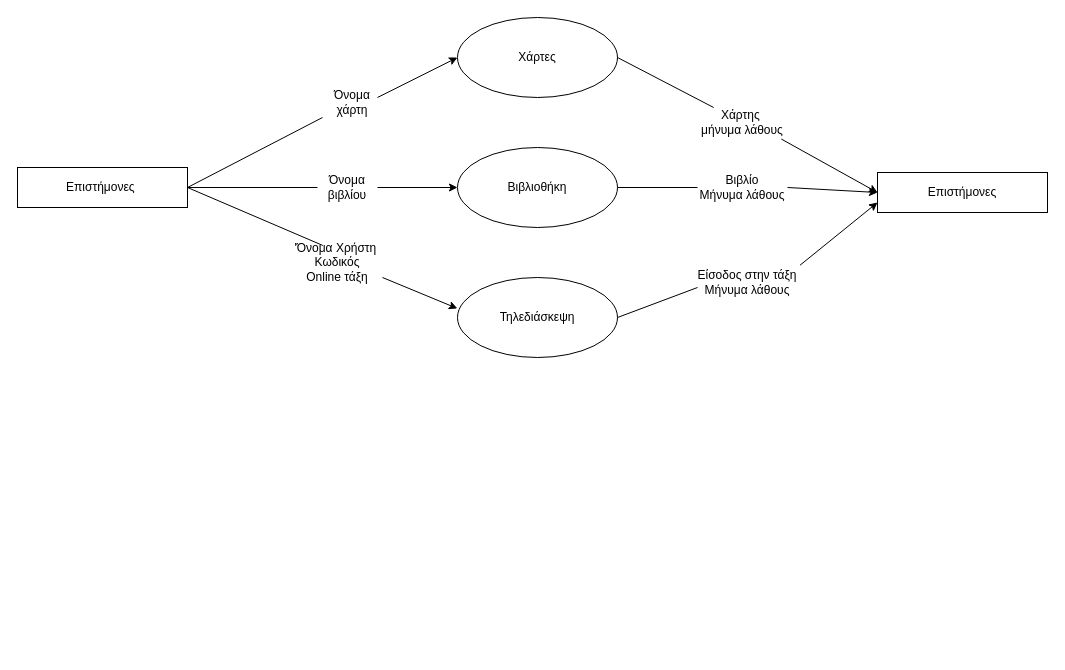
Before: dfd2.drawio in vag4me/Information_system, a draw.io diagram. Source tidied: cells renumbered, new cells numbered last; positions are measured from the earlier drawing's top-left corner, leaving out a move shared by most shapes. Both pictures are drawn from the tidied source at 100%, with x=0, y=0 at pixel (17, 17).
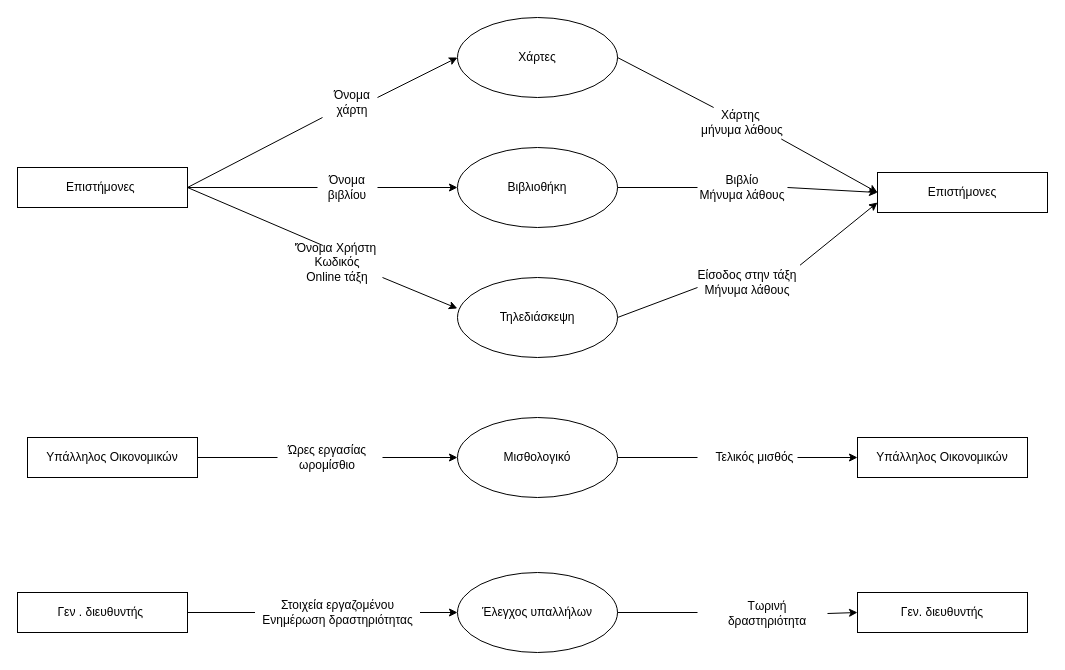
Above is the later version.

Diff of the diagram source:
```diff
@@
+    <mxCell id="25" value="Υπάλληλος Οικονομικών" style="whiteSpace=wrap;html=1;align=center;" parent="1" vertex="1">
+      <mxGeometry x="10" y="420" width="170" height="40" as="geometry" />
+    </mxCell>
+    <mxCell id="26" value="Μισθολογικό" style="ellipse;whiteSpace=wrap;html=1;align=center;" parent="1" vertex="1">
+      <mxGeometry x="440" y="400" width="160" height="80" as="geometry" />
+    </mxCell>
+    <mxCell id="27" style="endArrow=none;html=1;rounded=0;exitX=1;exitY=0.5;exitDx=0;exitDy=0;" parent="1" edge="1" source="25">
+      <mxGeometry relative="1" as="geometry">
+        <mxPoint x="260" y="440" as="targetPoint" />
+      </mxGeometry>
+    </mxCell>
+    <mxCell id="28" value="Ώρες εργασίας&lt;br&gt;ωρομίσθιο" style="text;html=1;strokeColor=none;fillColor=none;align=center;verticalAlign=middle;whiteSpace=wrap;rounded=0;" parent="1" vertex="1">
+      <mxGeometry x="255" y="425" width="110" height="30" as="geometry" />
+    </mxCell>
+    <mxCell id="29" style="endArrow=classic;html=1;rounded=0;exitX=1;exitY=0.5;exitDx=0;exitDy=0;entryX=0;entryY=0.5;entryDx=0;entryDy=0;" parent="1" edge="1" source="28" target="26">
+      <mxGeometry relative="1" as="geometry" />
+    </mxCell>
+    <mxCell id="30" value="Υπάλληλος Οικονομικών" style="whiteSpace=wrap;html=1;align=center;" parent="1" vertex="1">
+      <mxGeometry x="840" y="420" width="170" height="40" as="geometry" />
+    </mxCell>
+    <mxCell id="31" style="endArrow=none;html=1;rounded=0;exitX=1;exitY=0.5;exitDx=0;exitDy=0;" parent="1" edge="1" source="26">
+      <mxGeometry relative="1" as="geometry">
+        <mxPoint x="680" y="440" as="targetPoint" />
+      </mxGeometry>
+    </mxCell>
+    <mxCell id="32" value="Τελικός μισθός" style="text;html=1;strokeColor=none;fillColor=none;align=center;verticalAlign=middle;whiteSpace=wrap;rounded=0;" parent="1" vertex="1">
+      <mxGeometry x="695" y="425" width="85" height="30" as="geometry" />
+    </mxCell>
+    <mxCell id="33" style="endArrow=classic;html=1;rounded=0;entryX=0;entryY=0.5;entryDx=0;entryDy=0;exitX=1;exitY=0.5;exitDx=0;exitDy=0;" parent="1" edge="1" source="32" target="30">
+      <mxGeometry relative="1" as="geometry" />
+    </mxCell>
+    <mxCell id="34" value="Γεν . διευθυντής&amp;nbsp;" style="whiteSpace=wrap;html=1;align=center;" parent="1" vertex="1">
+      <mxGeometry y="575" width="170" height="40" as="geometry" />
+    </mxCell>
+    <mxCell id="35" style="endArrow=none;html=1;rounded=0;exitX=1;exitY=0.5;exitDx=0;exitDy=0;entryX=0;entryY=0.5;entryDx=0;entryDy=0;" parent="1" edge="1" source="34" target="36">
+      <mxGeometry relative="1" as="geometry" />
+    </mxCell>
+    <mxCell id="36" value="Στοιχεία εργαζομένου&lt;br&gt;Ενημέρωση δραστηριότητας" style="text;html=1;strokeColor=none;fillColor=none;align=center;verticalAlign=middle;whiteSpace=wrap;rounded=0;" parent="1" vertex="1">
+      <mxGeometry x="237.5" y="580" width="165" height="30" as="geometry" />
+    </mxCell>
+    <mxCell id="37" value="Έλεγχος υπαλλήλων" style="ellipse;whiteSpace=wrap;html=1;align=center;" parent="1" vertex="1">
+      <mxGeometry x="440" y="555" width="160" height="80" as="geometry" />
+    </mxCell>
+    <mxCell id="38" style="endArrow=classic;html=1;rounded=0;entryX=0;entryY=0.5;entryDx=0;entryDy=0;exitX=1;exitY=0.5;exitDx=0;exitDy=0;" parent="1" edge="1" source="36" target="37">
+      <mxGeometry relative="1" as="geometry" />
+    </mxCell>
+    <mxCell id="39" style="endArrow=none;html=1;rounded=0;exitX=1;exitY=0.5;exitDx=0;exitDy=0;" parent="1" edge="1" source="37">
+      <mxGeometry relative="1" as="geometry">
+        <mxPoint x="680" y="595" as="targetPoint" />
+      </mxGeometry>
+    </mxCell>
+    <mxCell id="40" value="Τωρινή δραστηριότητα" style="text;html=1;strokeColor=none;fillColor=none;align=center;verticalAlign=middle;whiteSpace=wrap;rounded=0;" parent="1" vertex="1">
+      <mxGeometry x="690" y="581" width="120" height="30" as="geometry" />
+    </mxCell>
+    <mxCell id="41" value="Γεν. διευθυντής" style="whiteSpace=wrap;html=1;align=center;" parent="1" vertex="1">
+      <mxGeometry x="840" y="575" width="170" height="40" as="geometry" />
+    </mxCell>
+    <mxCell id="42" style="endArrow=classic;html=1;rounded=0;entryX=0;entryY=0.5;entryDx=0;entryDy=0;exitX=1;exitY=0.5;exitDx=0;exitDy=0;" parent="1" edge="1" source="40" target="41">
+      <mxGeometry relative="1" as="geometry" />
+    </mxCell>
```
